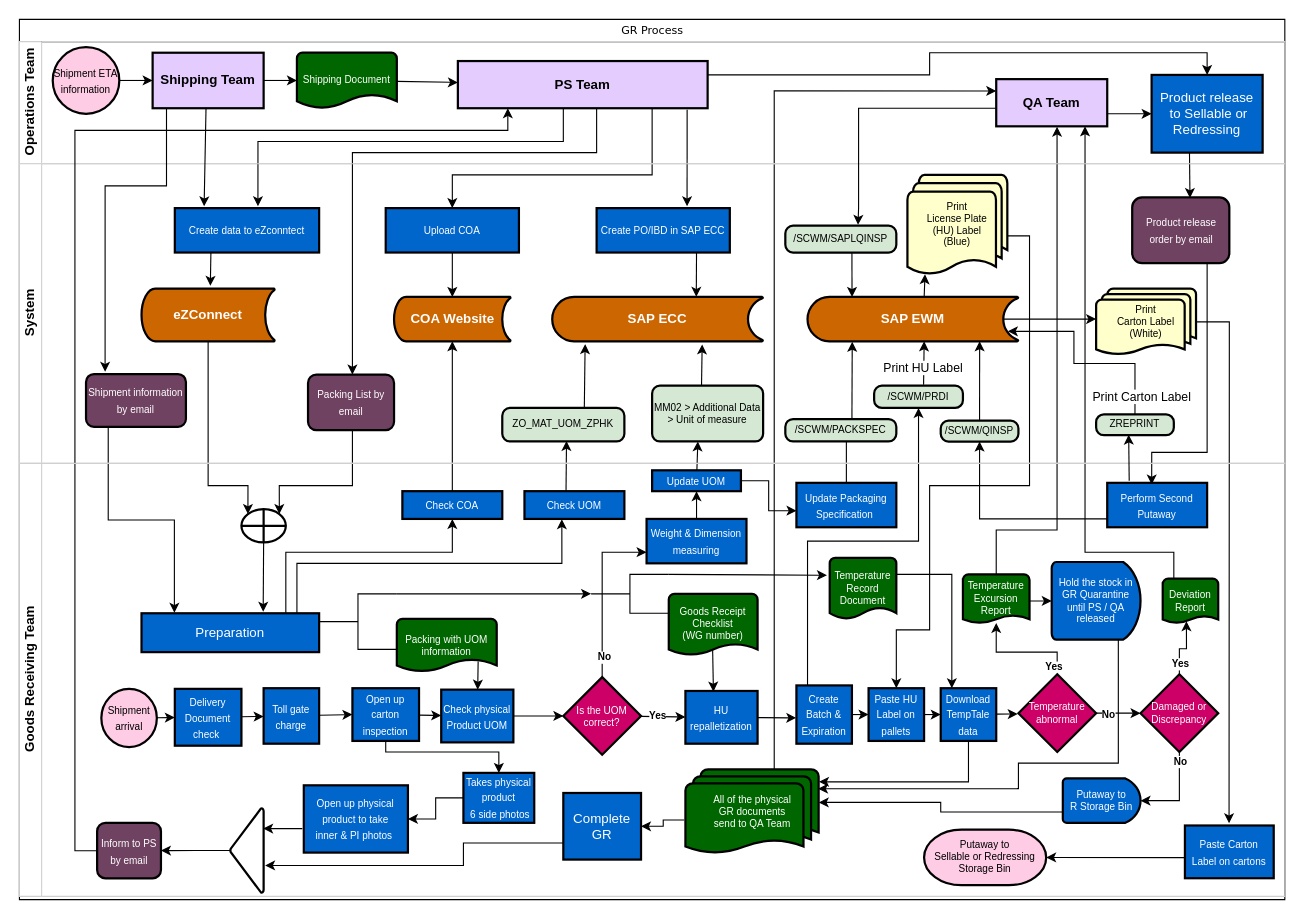
Before: GR_Flowchart.drawio in chengkahohk/ZPHK_GR_workflow, a draw.io diagram. Source tidied: cells renumbered, new cells numbered last; positions are measured from the earlier drawing's top-left corner, leaving out a move shared by most shapes. Both pictures are drawn from the tidied source at 111%, with x=0, y=0 at pixel (19, 19).
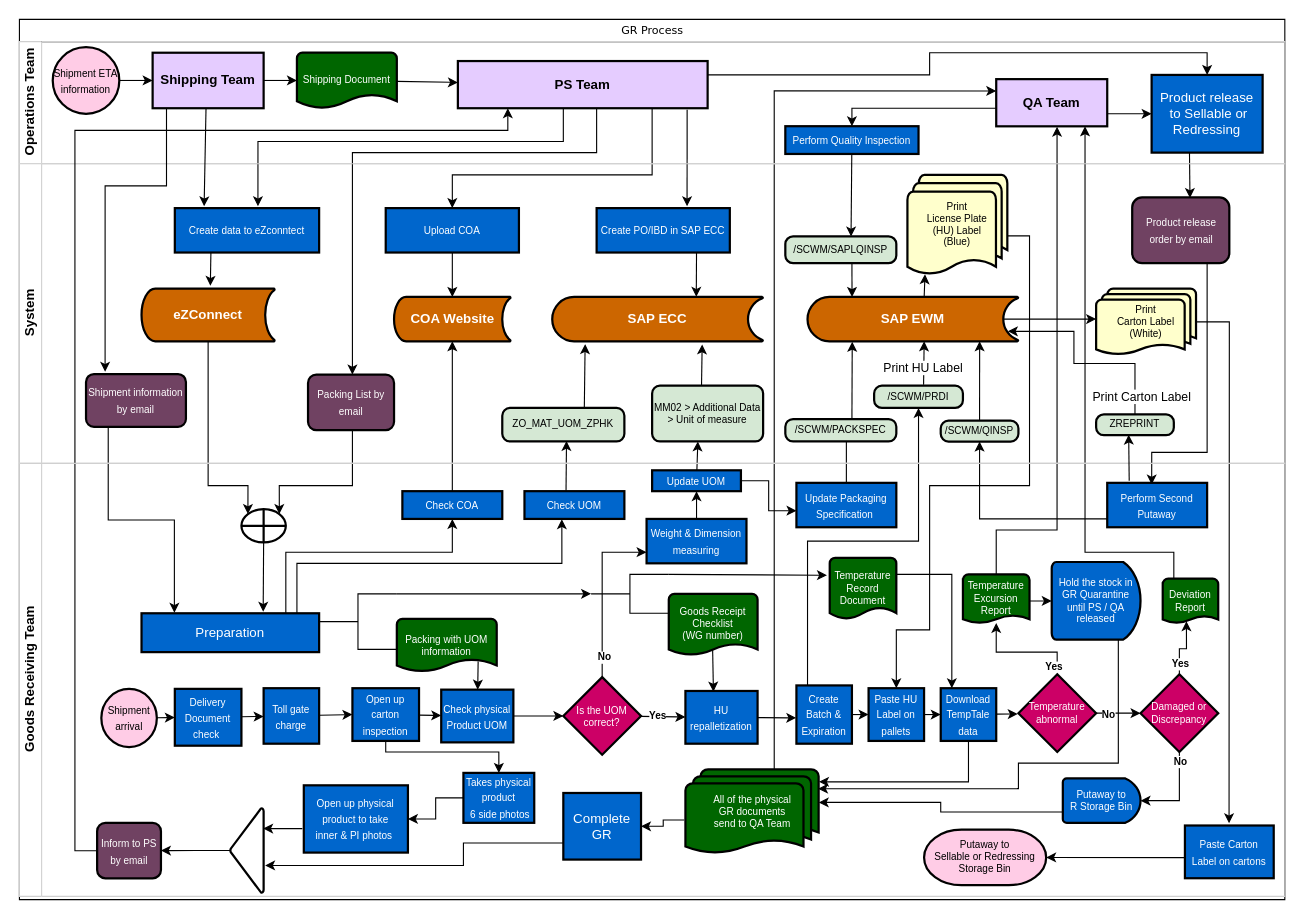
The same page after the edit.

The change refers to these unchanged cells:
```xml
<mxCell id="2" value="&lt;span style=&quot;font-weight: normal;&quot;&gt;&lt;font style=&quot;font-size: 10px;&quot;&gt;GR Process&lt;/font&gt;&lt;/span&gt;" style="swimlane;html=1;horizontal=1;startSize=20;rounded=0;shadow=0;labelBackgroundColor=none;strokeWidth=1;fontFamily=Verdana;fontSize=8;align=center;" parent="1" vertex="1">
  <mxGeometry width="1140" height="793" as="geometry" />
</mxCell>
<mxCell id="5" value="Operations Team" style="swimlane;html=1;startSize=20;horizontal=0;strokeColor=#D0D0D0;" parent="2" vertex="1">
  <mxGeometry y="20" width="1140" height="110" as="geometry" />
</mxCell>
<mxCell id="13" value="&lt;b&gt;QA Team&lt;/b&gt;" style="whiteSpace=wrap;html=1;fillColor=#E5CCFF;fontColor=#000000;strokeWidth=2;" parent="5" vertex="1">
  <mxGeometry x="880" y="33.8" width="100" height="42.5" as="geometry" />
</mxCell>
<mxCell id="31" value="System" style="swimlane;html=1;startSize=20;horizontal=0;strokeColor=#D0D0D0;" parent="2" vertex="1">
  <mxGeometry y="130" width="1140" height="270" as="geometry" />
</mxCell>
```

Change to the diagram source:
```diff
@@
+    <mxCell id="154" value="&lt;font style=&quot;font-size: 9px;&quot;&gt;Perform Quality Inspection&lt;/font&gt;" style="whiteSpace=wrap;html=1;fillColor=#0066CC;fontColor=#FFFFFF;strokeWidth=2;" parent="5" vertex="1">
+      <mxGeometry x="690" y="76.2" width="120" height="25" as="geometry" />
+    </mxCell>
+    <mxCell id="68" style="edgeStyle=orthogonalEdgeStyle;rounded=0;jettySize=auto;html=1;fontFamily=Helvetica;fontSize=9;fontColor=#FFFFFF;strokeColor=#000000;fillColor=#FF33FF;entryX=0.5;entryY=0;entryDx=0;entryDy=0;" parent="5" edge="1" source="13" target="154">
+      <mxGeometry relative="1" as="geometry">
+        <Array as="points">
+          <mxPoint x="750" y="60" />
+        </Array>
+      </mxGeometry>
+    </mxCell>
@@
     <mxCell id="61" value="/SCWM/SAPLQINSP" style="rounded=1;whiteSpace=wrap;html=1;absoluteArcSize=1;arcSize=14;strokeWidth=2;fontFamily=Helvetica;fontSize=9;fontColor=#000000;fillColor=#D5E8D4;" parent="31" vertex="1">
-      <mxGeometry x="690" y="55.8" width="100" height="24.2" as="geometry" />
+      <mxGeometry x="690" y="65.4" width="100" height="24.2" as="geometry" />
     </mxCell>
@@
-    <mxCell id="68" style="edgeStyle=orthogonalEdgeStyle;rounded=0;jettySize=auto;html=1;entryX=0.655;entryY=-0.03;entryDx=0;entryDy=0;fontFamily=Helvetica;fontSize=9;fontColor=#FFFFFF;strokeColor=#000000;fillColor=#FF33FF;entryPerimeter=0;" parent="2" edge="1" source="13" target="61">
-      <mxGeometry relative="1" as="geometry">
-        <Array as="points">
-          <mxPoint x="756" y="80" />
-          <mxPoint x="756" y="170" />
-        </Array>
-      </mxGeometry>
-    </mxCell>
@@
+    <mxCell id="155" style="rounded=0;jettySize=auto;html=1;entryX=0.592;entryY=0.007;entryDx=0;entryDy=0;entryPerimeter=0;" parent="2" edge="1" source="154" target="61">
+      <mxGeometry relative="1" as="geometry" />
+    </mxCell>
```
